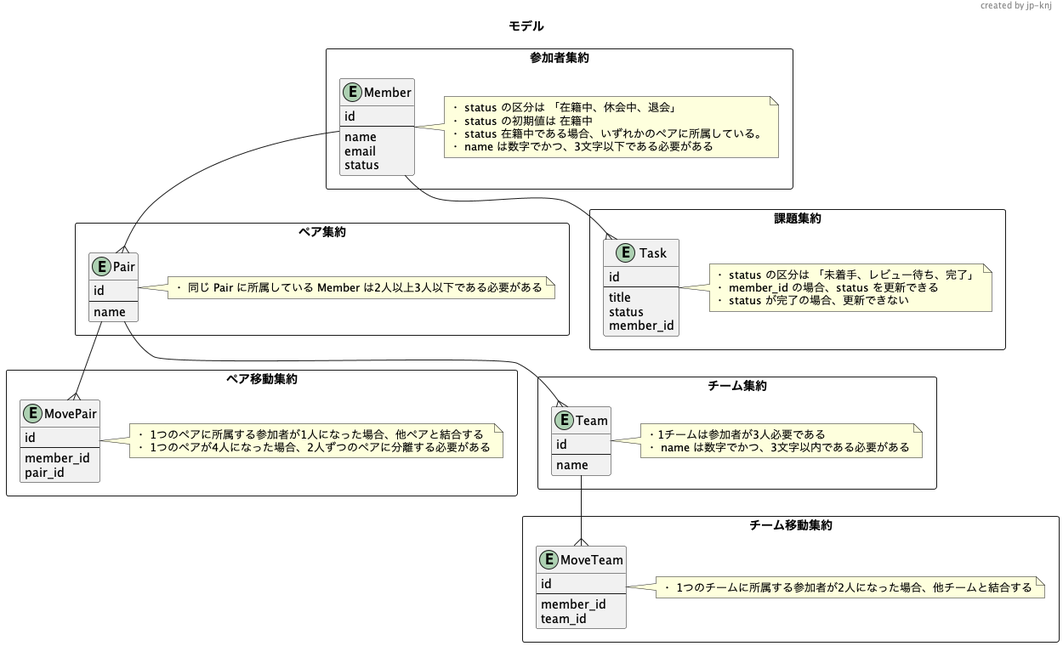
The PlantUML diagram docs/model.png in knj-labo/learn_ddd, before a commit. Source of this version:
```plantuml
@startuml

title モデル
header created by jp-knj
rectangle 参加者集約 {
  entity Member {
    id
    ---
    name
    email
status
  }
  note right of Member
  ・ status の区分は 「在籍中、休会中、退会」
  ・ status の初期値は 在籍中
  ・ status 在籍中である場合、いずれかのペアに所属している。
  ・ name は数字でかつ、3文字以下である必要がある
  end note
}

rectangle ペア集約 {
  entity Pair {
    id
    ---
    name
  }
  note right of Pair
  ・ 同じ Pair に所属している Member は2人以上3人以下である必要がある
  end note
}

rectangle ペア移動集約 {
  entity MovePair {
      id
      ---
      member_id
      pair_id
    }
    note right of MovePair
    ・ 1つのペアに所属する参加者が1人になった場合、他ペアと結合する
    ・ 1つのペアが4人になった場合、2人ずつのペアに分離する必要がある
    end note
}

rectangle チーム集約 {
  entity Team {
    id
    ---
    name
  }
  note right of Team
  ・1チームは参加者が3人必要である
  ・ name は数字でかつ、3文字以内である必要がある
  end note


}

rectangle チーム移動集約 {
  entity MoveTeam {
      id
      ---
      member_id
      team_id
    }
    note right of MoveTeam
    ・ 1つのチームに所属する参加者が2人になった場合、他チームと結合する
    end note
}

rectangle 課題集約 {
  entity Task {
    id
    ---
    title
    status
    member_id
  }
  note right of Task
  ・ status の区分は 「未着手、レビュー待ち、完了」
  ・ member_id の場合、status を更新できる
  ・ status が完了の場合、更新できない
  end note
}

Member --{ Pair
Pair --{ Team
Pair --{ MovePair
Team --{ MoveTeam
Member --{ Task
@enduml
```
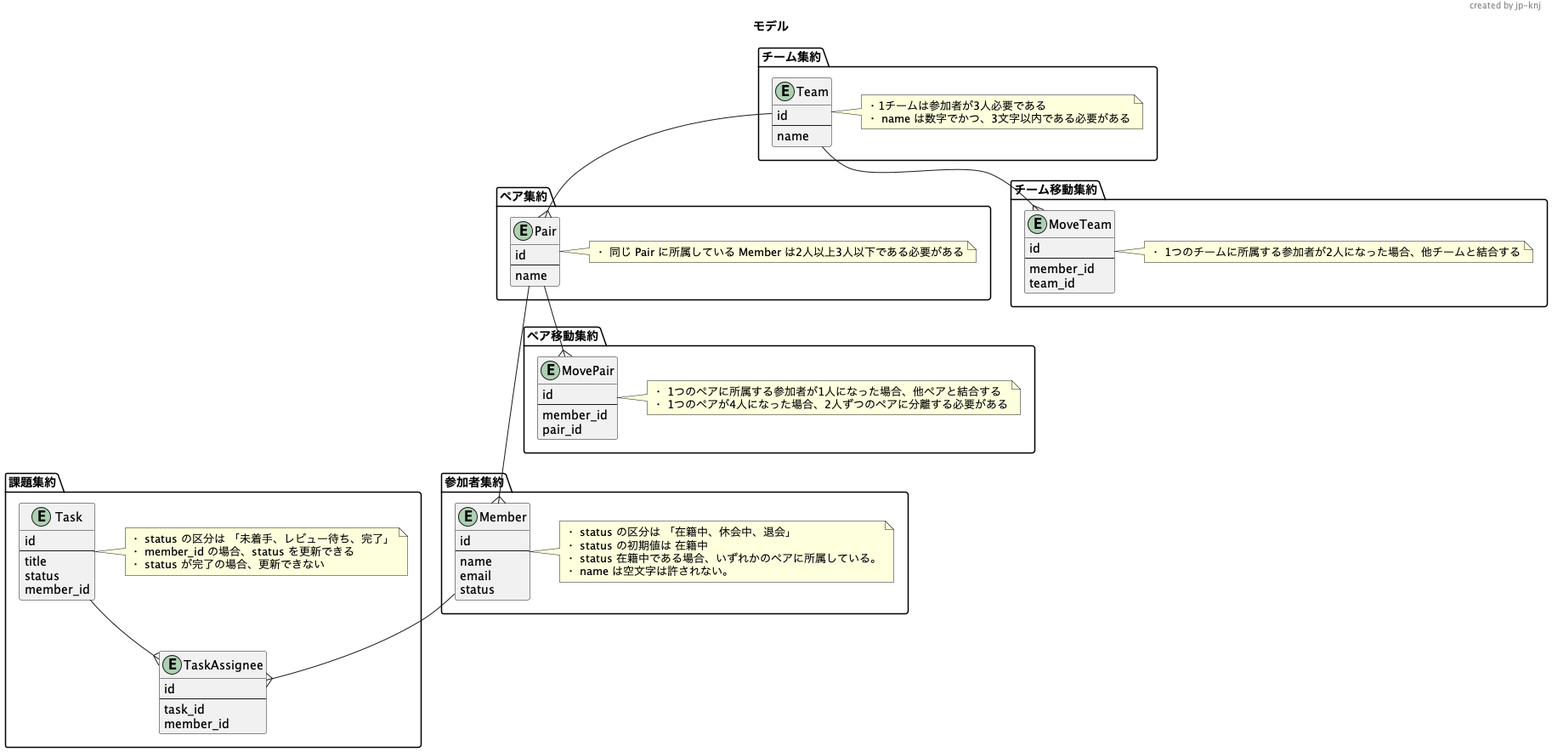
After the commit.

Commit message:
:books: update model diagram for coding

What changed in the source:
```diff
@@ -2,7 +2,8 @@
 
 title モデル
 header created by jp-knj
-rectangle 参加者集約 {
+
+package 参加者集約 {
   entity Member {
     id
     ---
@@ -14,11 +15,11 @@
   ・ status の区分は 「在籍中、休会中、退会」
   ・ status の初期値は 在籍中
   ・ status 在籍中である場合、いずれかのペアに所属している。
-  ・ name は数字でかつ、3文字以下である必要がある
+  ・ name は空文字は許されない。
   end note
 }
 
-rectangle ペア集約 {
+package ペア集約 {
   entity Pair {
     id
     ---
@@ -29,7 +30,7 @@
   end note
 }
 
-rectangle ペア移動集約 {
+package ペア移動集約 {
   entity MovePair {
       id
       ---
@@ -42,7 +43,7 @@
     end note
 }
 
-rectangle チーム集約 {
+package チーム集約 {
   entity Team {
     id
     ---
@@ -56,7 +57,7 @@
 
 }
 
-rectangle チーム移動集約 {
+package チーム移動集約 {
   entity MoveTeam {
       id
       ---
@@ -68,7 +69,7 @@
     end note
 }
 
-rectangle 課題集約 {
+package 課題集約 {
   entity Task {
     id
     ---
@@ -76,6 +77,14 @@
     status
     member_id
   }
+
+  entity TaskAssignee {
+      id
+      ---
+      task_id
+      member_id
+    }
+
   note right of Task
   ・ status の区分は 「未着手、レビュー待ち、完了」
   ・ member_id の場合、status を更新できる
@@ -83,9 +92,10 @@
   end note
 }
 
-Member --{ Pair
-Pair --{ Team
+Pair ---{ Member
+Team --{ Pair
 Pair --{ MovePair
 Team --{ MoveTeam
-Member --{ Task
+Member --{ TaskAssignee
+Task --{ TaskAssignee
 @enduml
```
